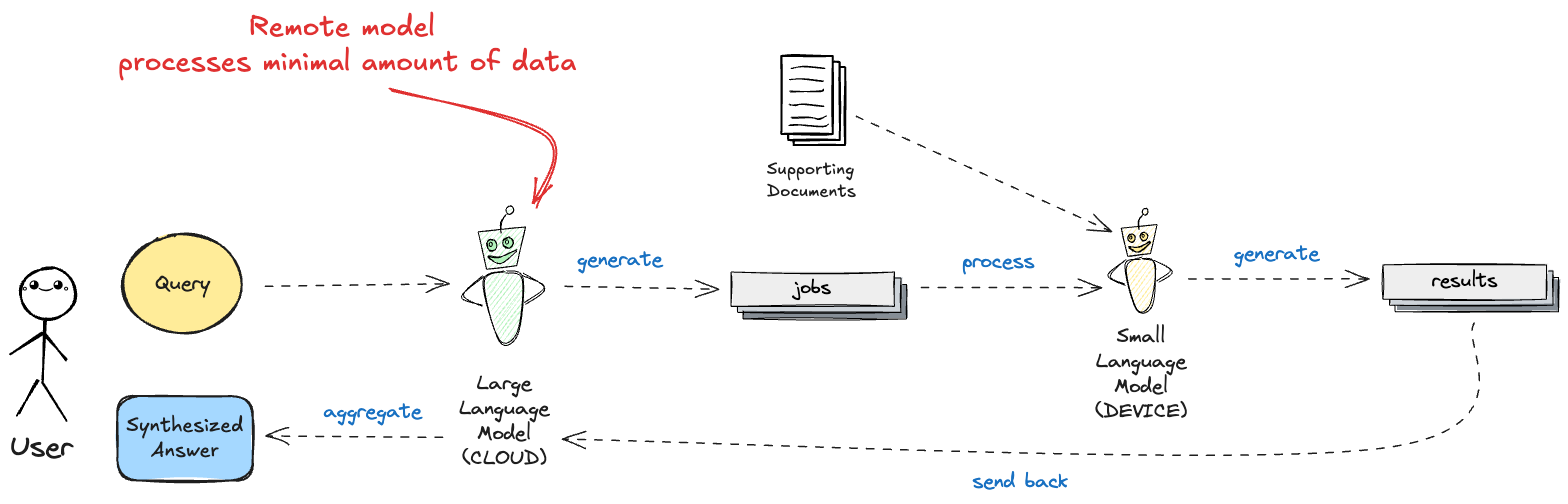
This is azuredevsummit-2025/graphics/minions2.excalidraw.png from filipw/filipw.github.io, a Excalidraw export, as it was before one commit. Source tidied: one line per element, renumbered; positions are measured from the earlier drawing's top-left corner, leaving out a move shared by most shapes.
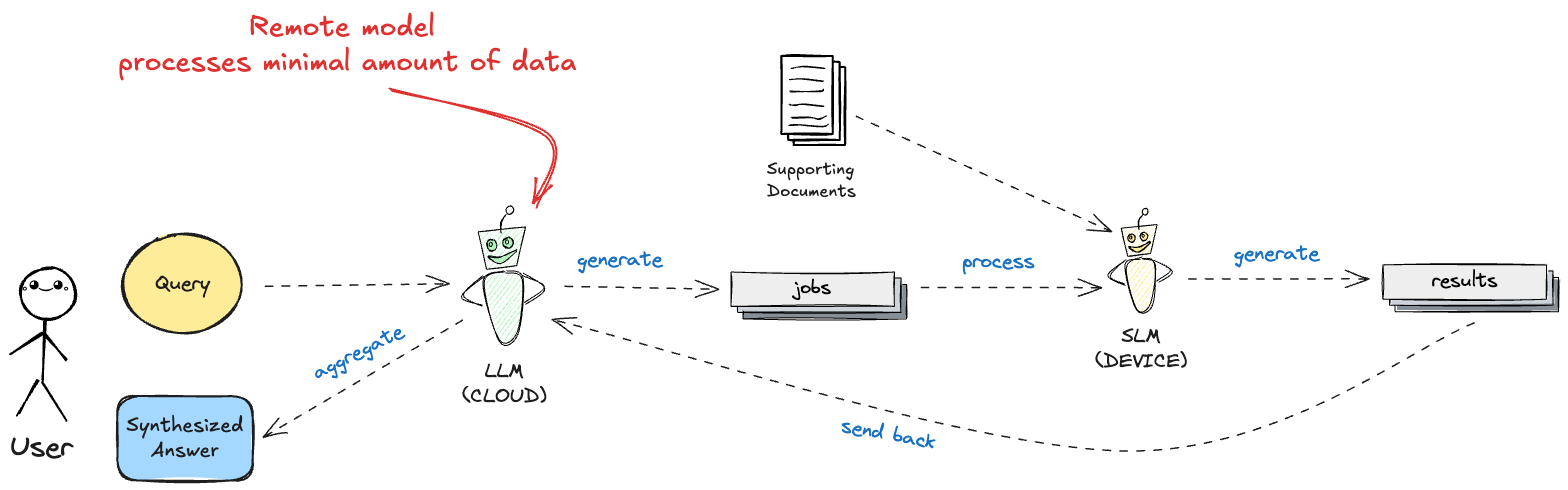
The same file after the commit.

The edit, as a diff of the source:
```diff
@@ -9,7 +9,7 @@
 {"id": 8, "type": "ellipse", "strokeColor": "#000000", "backgroundColor": "#ffec99", "fillStyle": "solid", "strokeWidth": 1, "roughness": 0, "x": 1120, "y": 226, "width": 2, "height": 3}
 {"id": 9, "type": "ellipse", "strokeColor": "#000000", "backgroundColor": "#ffec99", "fillStyle": "solid", "strokeWidth": 1, "roughness": 1, "x": 1130, "y": 222, "width": 8, "height": 8}
 {"id": 10, "type": "ellipse", "strokeColor": "#000000", "backgroundColor": "#ffec99", "fillStyle": "solid", "strokeWidth": 1, "roughness": 0, "x": 1132, "y": 224, "width": 2, "height": 3}
-{"id": 11, "type": "text", "text": "Small\nLanguage\nModel\n(DEVICE)", "strokeColor": "#1e1e1e", "backgroundColor": "#ffec99", "fillStyle": "solid", "strokeWidth": 2, "roughness": 1, "fontSize": 20, "fontFamily": 1, "textAlign": "center", "x": 1085, "y": 314, "width": 92, "height": 100}
+{"id": 11, "type": "text", "text": "SLM\n(DEVICE)", "strokeColor": "#1e1e1e", "backgroundColor": "#ffec99", "fillStyle": "solid", "strokeWidth": 2, "roughness": 1, "fontSize": 20, "fontFamily": 1, "textAlign": "center", "x": 1085, "y": 314, "width": 92, "height": 50}
 {"id": 12, "type": "ellipse", "strokeColor": "#000000", "strokeWidth": 2, "roughness": 1, "x": 10, "y": 258, "width": 56, "height": 51}
 {"id": 13, "type": "line", "strokeColor": "#000000", "backgroundColor": "#ced4da", "fillStyle": "solid", "strokeWidth": 2, "roughness": 1, "round": true, "x": 35, "y": 309, "width": 3, "height": 62, "points": [[0, 0], [-3, 62]]}
 {"id": 14, "type": "line", "strokeColor": "#000000", "backgroundColor": "#ced4da", "fillStyle": "solid", "strokeWidth": 2, "roughness": 1, "round": true, "x": 32, "y": 372, "width": 25, "height": 38, "points": [[0, 0], [25, 38]]}
@@ -33,7 +33,7 @@
 {"id": 32, "type": "ellipse", "strokeColor": "#000000", "backgroundColor": "#b2f2bb", "fillStyle": "solid", "strokeWidth": 1, "roughness": 0, "x": 479, "y": 232, "width": 3, "height": 4}
 {"id": 33, "type": "ellipse", "strokeColor": "#000000", "backgroundColor": "#b2f2bb", "fillStyle": "solid", "strokeWidth": 1, "roughness": 1, "x": 493, "y": 227, "width": 10, "height": 11}
 {"id": 34, "type": "ellipse", "strokeColor": "#000000", "backgroundColor": "#b2f2bb", "fillStyle": "solid", "strokeWidth": 1, "roughness": 0, "x": 495, "y": 230, "width": 3, "height": 4}
-{"id": 35, "type": "text", "text": "Large\nLanguage\nModel\n(CLOUD)", "strokeColor": "#1e1e1e", "backgroundColor": "#b2f2bb", "fillStyle": "solid", "strokeWidth": 2, "roughness": 1, "fontSize": 20, "fontFamily": 1, "textAlign": "center", "x": 449, "y": 362, "width": 90, "height": 100}
+{"id": 35, "type": "text", "text": "LLM\n(CLOUD)", "strokeColor": "#1e1e1e", "backgroundColor": "#b2f2bb", "fillStyle": "solid", "strokeWidth": 2, "roughness": 1, "fontSize": 20, "fontFamily": 1, "textAlign": "center", "x": 452, "y": 349, "width": 84, "height": 50}
 {"id": 36, "type": "text", "text": "Remote model \nprocesses minimal amount of data", "strokeColor": "#e03131", "backgroundColor": "#b2f2bb", "fillStyle": "solid", "strokeWidth": 2, "strokeStyle": "dashed", "roughness": 1, "fontSize": 28, "fontFamily": 5, "textAlign": "center", "x": 108, "y": 0, "width": 458, "height": 70}
 {"id": 37, "type": "arrow", "strokeColor": "#e03131", "backgroundColor": "#b2f2bb", "fillStyle": "solid", "strokeWidth": 2, "roughness": 2, "endArrowhead": "arrow", "round": true, "from": 36, "x": 379, "y": 80, "width": 158, "height": 116, "points": [[0, 0], [158, 45], [149, 116]]}
 {"id": 38, "type": "ellipse", "strokeColor": "#1e1e1e", "backgroundColor": "#ffec99", "fillStyle": "solid", "strokeWidth": 2, "roughness": 1, "round": true, "x": 113, "y": 224, "width": 119, "height": 99}
@@ -60,9 +60,9 @@
 {"id": 59, "type": "arrow", "strokeColor": "#1e1e1e", "backgroundColor": "#b2f2bb", "fillStyle": "solid", "strokeWidth": 1, "strokeStyle": "dashed", "roughness": 1, "endArrowhead": "arrow", "round": true, "from": 40, "x": 846, "y": 107, "width": 255, "height": 114, "points": [[0, 0], [255, 114]]}
 {"id": 60, "type": "arrow", "strokeColor": "#1e1e1e", "backgroundColor": "#b2f2bb", "fillStyle": "solid", "strokeWidth": 1, "strokeStyle": "dashed", "roughness": 1, "endArrowhead": "arrow", "round": true, "x": 1178, "y": 269, "width": 181, "height": 1, "points": [[0, 0], [181, 1]]}
 {"id": 61, "type": "text", "text": "generate", "strokeColor": "#1971c2", "backgroundColor": "#b2f2bb", "fillStyle": "solid", "strokeWidth": 2, "strokeStyle": "dashed", "roughness": 1, "fontSize": 20, "fontFamily": 1, "textAlign": "center", "x": 1224, "y": 231, "width": 85, "height": 25}
-{"id": 62, "type": "arrow", "strokeColor": "#1e1e1e", "backgroundColor": "#b2f2bb", "fillStyle": "solid", "strokeWidth": 1, "strokeStyle": "dashed", "roughness": 1, "endArrowhead": "arrow", "round": true, "from": 55, "to": 35, "x": 1464, "y": 313, "width": 911, "height": 125, "points": [[0, 0], [-92, 125], [-911, 116]]}
+{"id": 62, "type": "arrow", "strokeColor": "#1e1e1e", "backgroundColor": "#b2f2bb", "fillStyle": "solid", "strokeWidth": 1, "strokeStyle": "dashed", "roughness": 1, "endArrowhead": "arrow", "round": true, "from": 55, "x": 1464, "y": 313, "width": 921, "height": 131, "points": [[0, 0], [-344, 128], [-921, -3]]}
 {"id": 63, "type": "rectangle", "strokeColor": "#1e1e1e", "backgroundColor": "#a5d8ff", "fillStyle": "solid", "strokeWidth": 2, "roughness": 1, "round": true, "x": 107, "y": 386, "width": 135, "height": 84}
-{"id": 64, "type": "text", "text": "Synthesized\nAnswer", "strokeColor": "#1e1e1e", "backgroundColor": "#ffec99", "fillStyle": "solid", "strokeWidth": 2, "roughness": 1, "fontSize": 20, "fontFamily": 5, "textAlign": "center", "verticalAlign": "middle", "inside": 63, "x": 127, "y": 403, "width": 97, "height": 50}
+{"id": 64, "type": "text", "text": "Synthesized\nAnswer", "strokeColor": "#1e1e1e", "backgroundColor": "#ffec99", "fillStyle": "solid", "strokeWidth": 2, "roughness": 1, "fontSize": 20, "fontFamily": 5, "textAlign": "center", "verticalAlign": "middle", "inside": 63, "x": 117, "y": 403, "width": 117, "height": 50}
-{"id": 65, "type": "arrow", "strokeColor": "#1e1e1e", "backgroundColor": "#b2f2bb", "fillStyle": "solid", "strokeWidth": 1, "strokeStyle": "dashed", "roughness": 1, "endArrowhead": "arrow", "round": true, "from": 35, "to": 63, "x": 432, "y": 427, "width": 175, "height": 1, "points": [[0, 0], [-175, -1]]}
+{"id": 65, "type": "arrow", "strokeColor": "#1e1e1e", "backgroundColor": "#b2f2bb", "fillStyle": "solid", "strokeWidth": 1, "strokeStyle": "dashed", "roughness": 1, "endArrowhead": "arrow", "round": true, "to": 63, "x": 452, "y": 309, "width": 197, "height": 117, "points": [[0, 0], [-197, 117]]}
-{"id": 66, "type": "text", "text": "send back", "strokeColor": "#1971c2", "backgroundColor": "#b2f2bb", "fillStyle": "solid", "strokeWidth": 2, "strokeStyle": "dashed", "roughness": 1, "fontSize": 20, "fontFamily": 1, "textAlign": "center", "x": 963, "y": 460, "width": 96, "height": 25}
+{"id": 66, "type": "text", "text": "send back", "strokeColor": "#1971c2", "angle": 0.19, "backgroundColor": "#b2f2bb", "fillStyle": "solid", "strokeWidth": 2, "strokeStyle": "dashed", "roughness": 1, "fontSize": 20, "fontFamily": 1, "textAlign": "center", "x": 831, "y": 412, "width": 96, "height": 25}
-{"id": 67, "type": "text", "text": "aggregate", "strokeColor": "#1971c2", "backgroundColor": "#b2f2bb", "fillStyle": "solid", "strokeWidth": 2, "strokeStyle": "dashed", "roughness": 1, "fontSize": 20, "fontFamily": 1, "textAlign": "center", "x": 314, "y": 389, "width": 99, "height": 25}
+{"id": 67, "type": "text", "text": "aggregate", "strokeColor": "#1971c2", "angle": 5.82, "backgroundColor": "#b2f2bb", "fillStyle": "solid", "strokeWidth": 2, "strokeStyle": "dashed", "roughness": 1, "fontSize": 20, "fontFamily": 1, "textAlign": "center", "x": 299, "y": 330, "width": 99, "height": 25}
```
